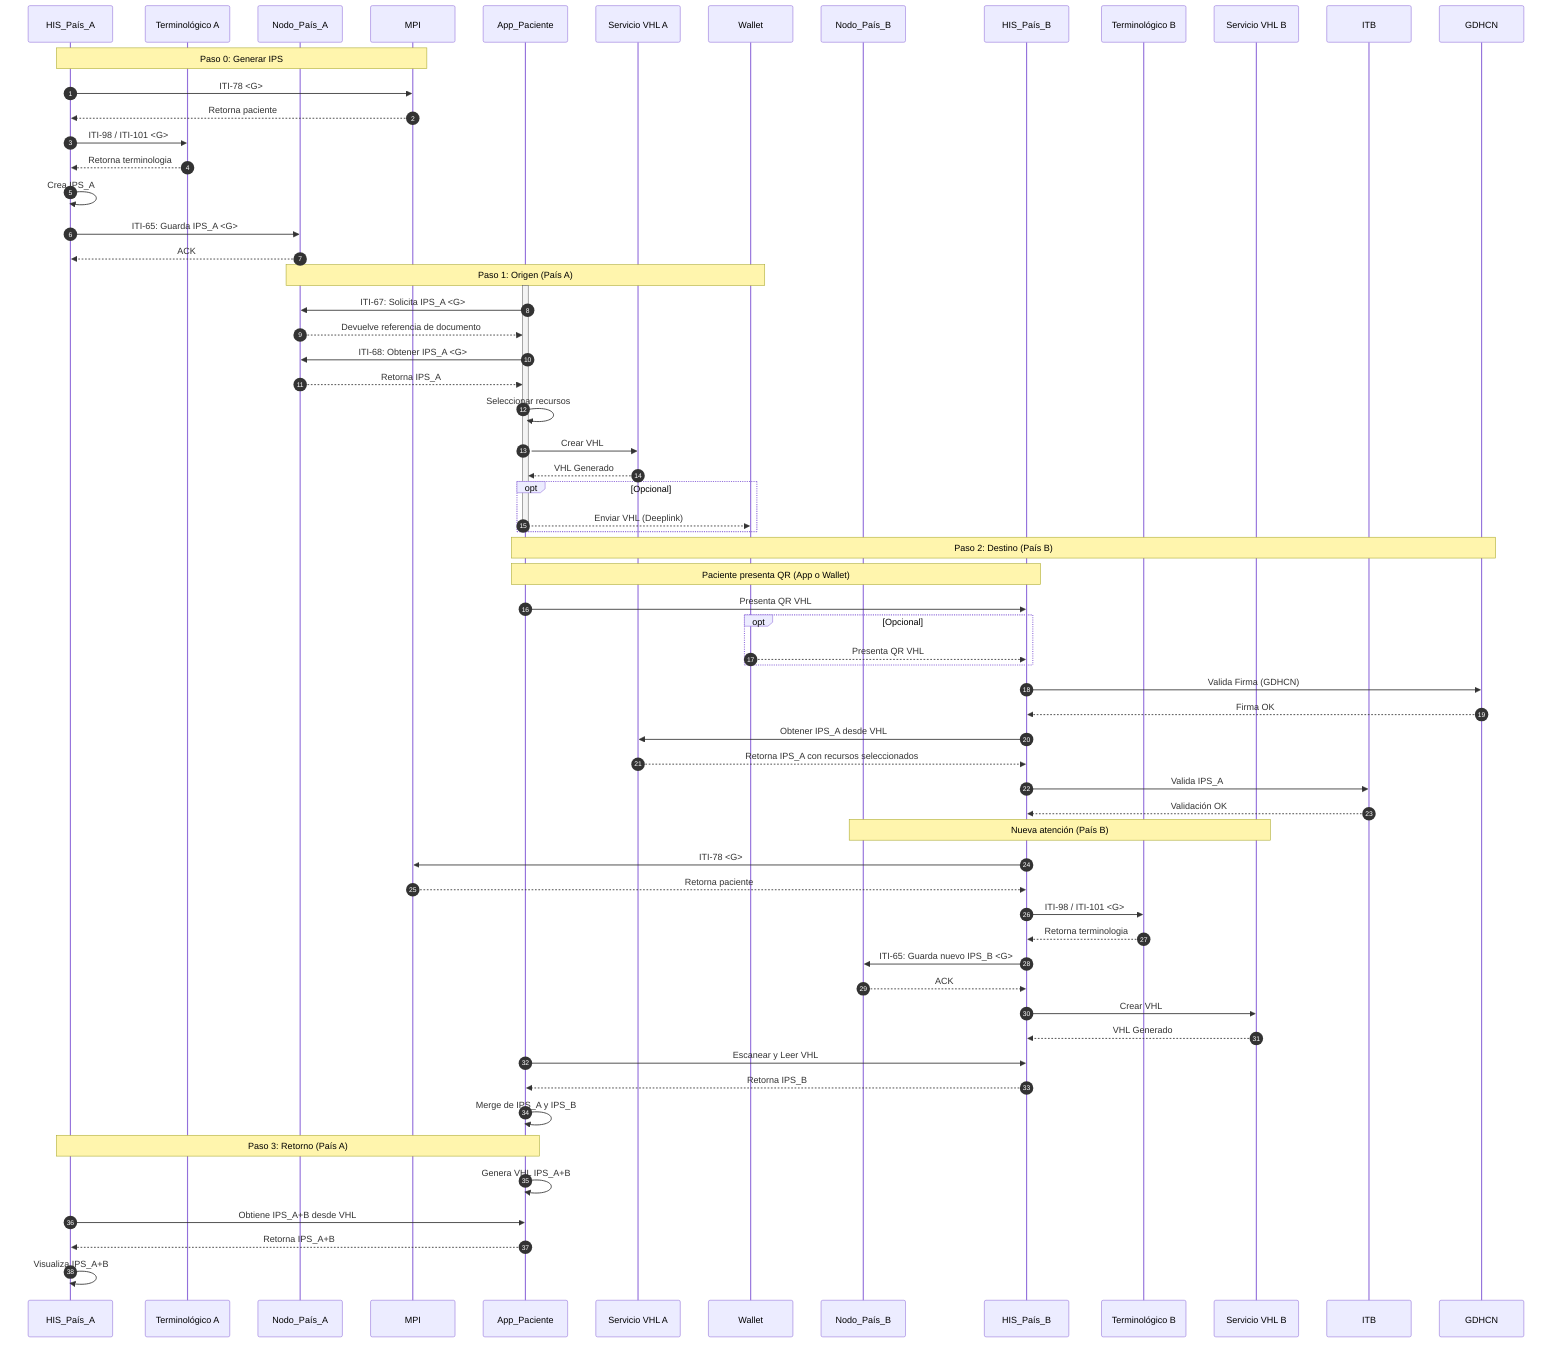
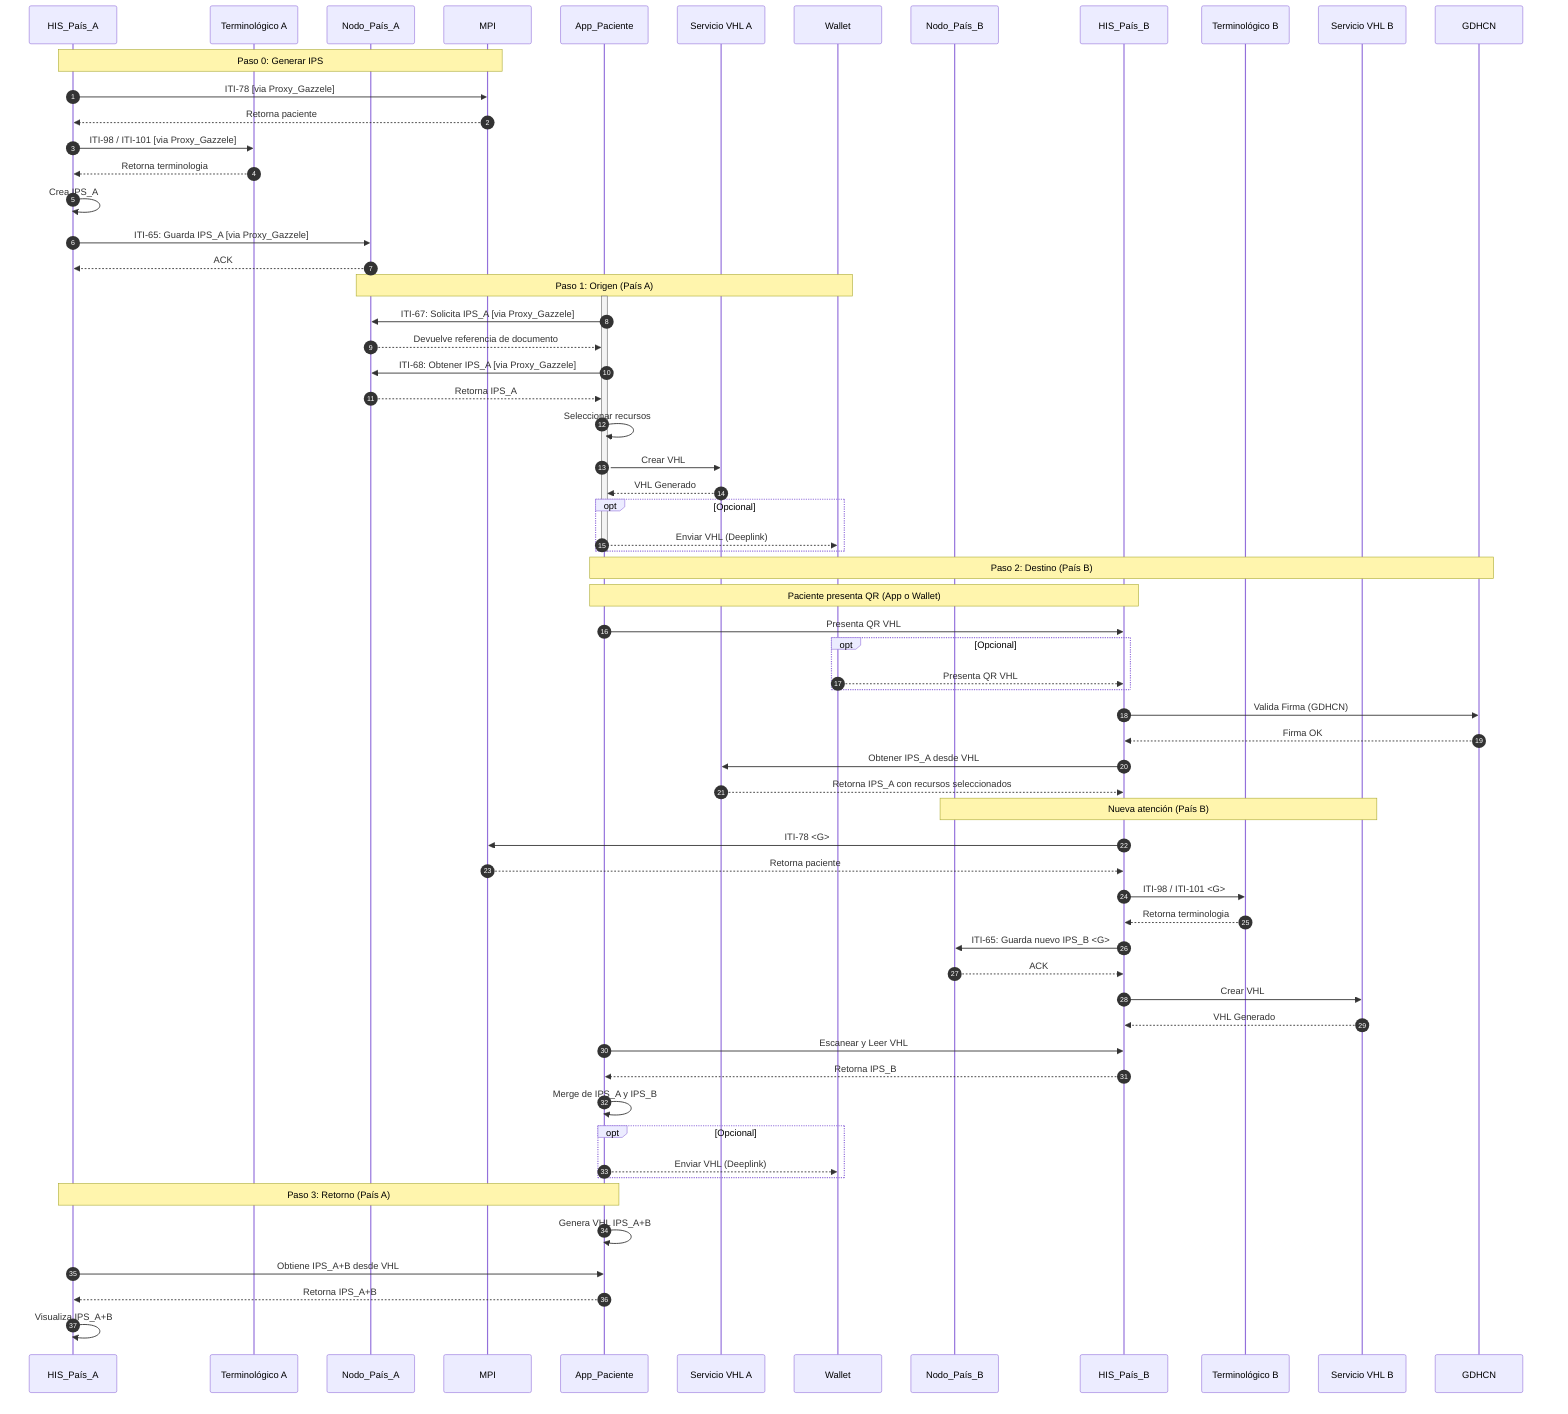
sequenceDiagram
    autonumber
    participant HA as HIS_País_A
    participant TS as Terminológico A
    participant NA as Nodo_País_A
    participant MPI as MPI
    participant AP as App_Paciente
    participant VHLA as Servicio VHL A
    participant W as Wallet
    participant NB as Nodo_País_B
    participant HB as HIS_País_B
    participant TSB as Terminológico B
    participant VHLB as Servicio VHL B
-     participant ITB as ITB
+     %% participant ITB as ITB
    participant TN as GDHCN

    Note over HA, MPI: Paso 0: Generar IPS
-     HA->>MPI: ITI-78 <G>
+     HA->>MPI: ITI-78 [via Proxy_Gazzele]
    MPI-->>HA: Retorna paciente

-     HA->>TS: ITI-98 / ITI-101 <G>
+     HA->>TS: ITI-98 / ITI-101 [via Proxy_Gazzele]
    TS-->>HA: Retorna terminologia

    HA->>HA: Crea IPS_A
-     HA->>NA: ITI-65: Guarda IPS_A <G>
+     HA->>NA: ITI-65: Guarda IPS_A [via Proxy_Gazzele]
    NA-->>HA: ACK

    Note over NA, W: Paso 1: Origen (País A)
    activate AP
-     AP->>NA: ITI-67: Solicita IPS_A <G>
+     AP->>NA: ITI-67: Solicita IPS_A [via Proxy_Gazzele]
    NA-->>AP: Devuelve referencia de documento

-     AP->>NA: ITI-68: Obtener IPS_A <G>
+     AP->>NA: ITI-68: Obtener IPS_A [via Proxy_Gazzele]
    NA-->>AP: Retorna IPS_A

    AP->>AP: Seleccionar recursos

    AP->>VHLA: Crear VHL
    VHLA-->>AP: VHL Generado

    opt Opcional
        AP-->>W: Enviar VHL (Deeplink)
    end
    deactivate AP

    Note over AP, TN: Paso 2: Destino (País B)
    Note over AP, HB: Paciente presenta QR (App o Wallet)
    AP->>HB: Presenta QR VHL
    opt Opcional
        W-->>HB: Presenta QR VHL
    end
    HB->>TN: Valida Firma (GDHCN)
    TN-->>HB: Firma OK
    HB->>VHLA: Obtener IPS_A desde VHL
    VHLA-->>HB: Retorna IPS_A con recursos seleccionados

-     HB->>ITB: Valida IPS_A
-     ITB-->>HB: Validación OK
+     %% HB->>ITB: Valida IPS_A
+     %% ITB-->>HB: Validación OK

    Note over NB, VHLB: Nueva atención (País B)
    HB->>MPI: ITI-78 <G>
    MPI-->>HB: Retorna paciente
    HB->>TSB: ITI-98 / ITI-101 <G>
    TSB-->>HB: Retorna terminologia
    HB->>NB: ITI-65: Guarda nuevo IPS_B <G>
    NB-->>HB: ACK
    HB->>VHLB: Crear VHL
    VHLB-->>HB: VHL Generado

    AP->>HB: Escanear y Leer VHL
    HB-->>AP: Retorna IPS_B
    AP->>AP: Merge de IPS_A y IPS_B

+     opt Opcional
+         AP-->>W: Enviar VHL (Deeplink)
+     end
+ 
    Note over AP, HA: Paso 3: Retorno (País A)
    AP->>AP: Genera VHL IPS_A+B
    HA->>AP: Obtiene IPS_A+B desde VHL
    AP-->>HA: Retorna IPS_A+B
    HA->>HA: Visualiza IPS_A+B